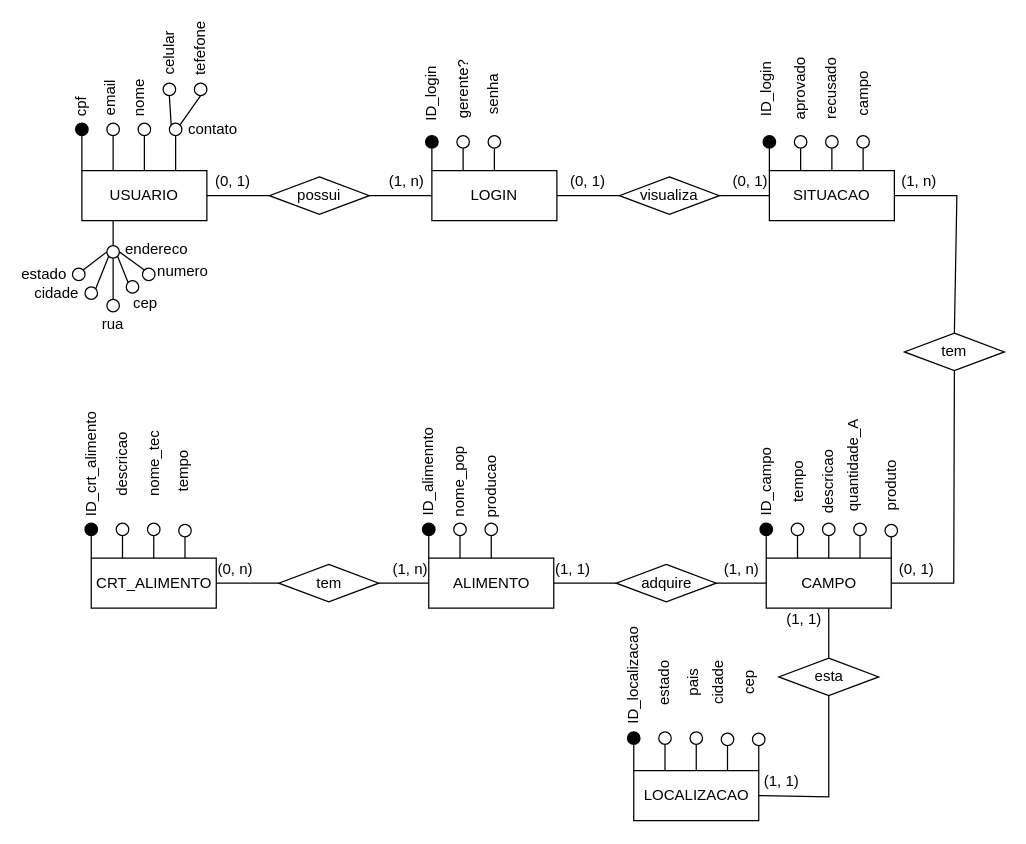
The draw.io diagram conceitual.drawio in Thiago163/api_sistema_trienal, before the edit. Source tidied: cells renumbered, new cells numbered last; positions are measured from the earlier drawing's top-left corner, leaving out a move shared by most shapes. Both pictures are drawn from the tidied source at 125%, with x=0, y=0 at pixel (25, 38).
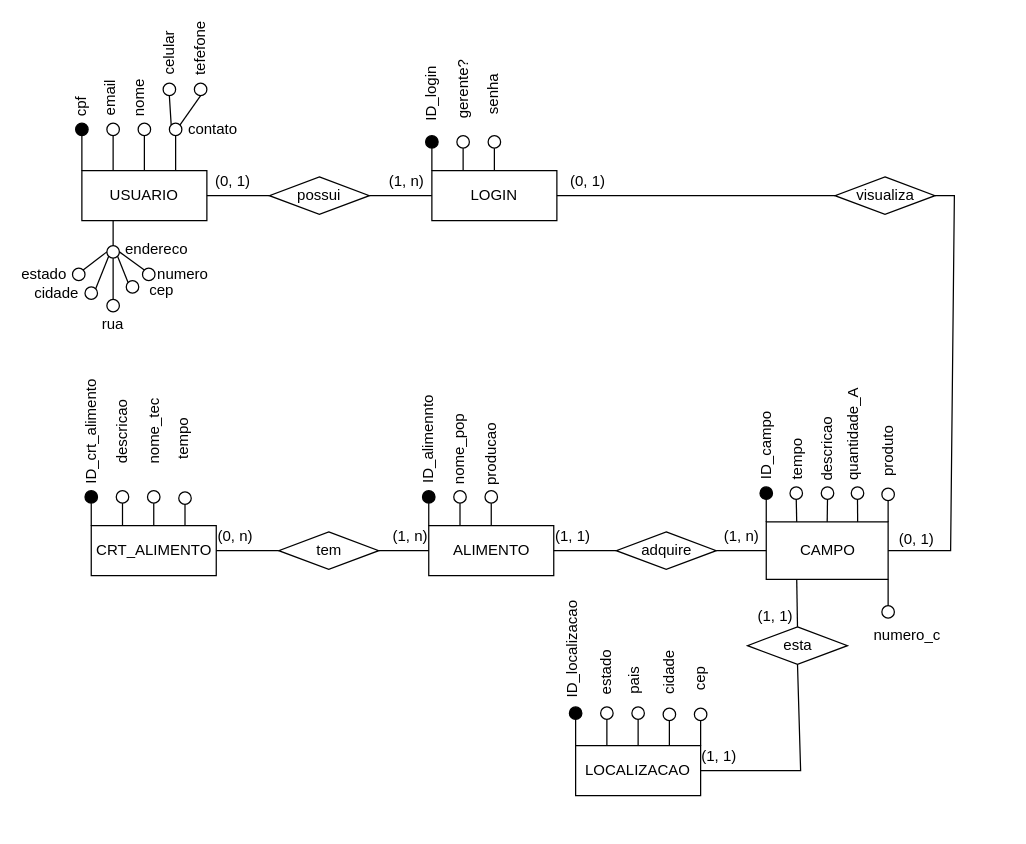
After the change.

Diff of the diagram source:
```diff
@@
     <mxCell id="4" value="CAMPO" style="rounded=0;whiteSpace=wrap;html=1;" parent="1" vertex="1">
-      <mxGeometry x="592.5" y="416" width="100" height="40" as="geometry" />
+      <mxGeometry x="592.5" y="387" width="97.5" height="46" as="geometry" />
     </mxCell>
-    <mxCell id="5" value="SITUACAO" style="rounded=0;whiteSpace=wrap;html=1;" parent="1" vertex="1">
-      <mxGeometry x="595" y="106" width="100" height="40" as="geometry" />
-    </mxCell>
     <mxCell id="6" value="ALIMENTO" style="rounded=0;whiteSpace=wrap;html=1;" parent="1" vertex="1">
-      <mxGeometry x="322.5" y="416" width="100" height="40" as="geometry" />
+      <mxGeometry x="322.5" y="390" width="100" height="40" as="geometry" />
     </mxCell>
     <mxCell id="7" value="CRT_ALIMENTO" style="rounded=0;whiteSpace=wrap;html=1;" parent="1" vertex="1">
-      <mxGeometry x="52.5" y="416" width="100" height="40" as="geometry" />
+      <mxGeometry x="52.5" y="390" width="100" height="40" as="geometry" />
     </mxCell>
     <mxCell id="8" value="LOCALIZACAO" style="rounded=0;whiteSpace=wrap;html=1;" parent="1" vertex="1">
-      <mxGeometry x="486.5" y="586" width="100" height="40" as="geometry" />
+      <mxGeometry x="440" y="566" width="100" height="40" as="geometry" />
     </mxCell>
@@
     <mxCell id="10" value="visualiza" style="rhombus;whiteSpace=wrap;html=1;" parent="1" vertex="1">
-      <mxGeometry x="475" y="111" width="80" height="30" as="geometry" />
+      <mxGeometry x="647.5" y="111" width="80" height="30" as="geometry" />
     </mxCell>
-    <mxCell id="11" value="tem" style="rhombus;whiteSpace=wrap;html=1;" parent="1" vertex="1">
-      <mxGeometry x="703" y="236" width="80" height="30" as="geometry" />
-    </mxCell>
     <mxCell id="12" value="esta" style="rhombus;whiteSpace=wrap;html=1;" parent="1" vertex="1">
-      <mxGeometry x="602.5" y="496" width="80" height="30" as="geometry" />
+      <mxGeometry x="577.5" y="471" width="80" height="30" as="geometry" />
     </mxCell>
     <mxCell id="13" value="adquire" style="rhombus;whiteSpace=wrap;html=1;" parent="1" vertex="1">
-      <mxGeometry x="472.5" y="421" width="80" height="30" as="geometry" />
+      <mxGeometry x="472.5" y="395" width="80" height="30" as="geometry" />
     </mxCell>
     <mxCell id="14" value="tem" style="rhombus;whiteSpace=wrap;html=1;" parent="1" vertex="1">
-      <mxGeometry x="202.5" y="421" width="80" height="30" as="geometry" />
+      <mxGeometry x="202.5" y="395" width="80" height="30" as="geometry" />
     </mxCell>
@@
-    <mxCell id="33" style="ellipse;whiteSpace=wrap;html=1;fillColor=#000000;" parent="1" vertex="1">
-      <mxGeometry x="590" y="78" width="10" height="10" as="geometry" />
-    </mxCell>
-    <mxCell id="34" style="endArrow=none;html=1;rounded=0;entryX=0.5;entryY=1;entryDx=0;entryDy=0;exitX=0;exitY=0;exitDx=0;exitDy=0;" parent="1" edge="1" source="5" target="33">
-      <mxGeometry relative="1" as="geometry" />
-    </mxCell>
-    <mxCell id="35" style="ellipse;whiteSpace=wrap;html=1;" parent="1" vertex="1">
-      <mxGeometry x="615" y="78" width="10" height="10" as="geometry" />
-    </mxCell>
-    <mxCell id="36" style="endArrow=none;html=1;rounded=0;entryX=0.5;entryY=1;entryDx=0;entryDy=0;exitX=0.25;exitY=0;exitDx=0;exitDy=0;" parent="1" edge="1" source="5" target="35">
-      <mxGeometry relative="1" as="geometry" />
-    </mxCell>
-    <mxCell id="37" style="ellipse;whiteSpace=wrap;html=1;" parent="1" vertex="1">
-      <mxGeometry x="640" y="78" width="10" height="10" as="geometry" />
-    </mxCell>
-    <mxCell id="38" style="endArrow=none;html=1;rounded=0;entryX=0.5;entryY=1;entryDx=0;entryDy=0;exitX=0.5;exitY=0;exitDx=0;exitDy=0;" parent="1" edge="1" source="5" target="37">
-      <mxGeometry relative="1" as="geometry" />
-    </mxCell>
-    <mxCell id="39" style="ellipse;whiteSpace=wrap;html=1;" parent="1" vertex="1">
-      <mxGeometry x="665" y="78" width="10" height="10" as="geometry" />
-    </mxCell>
-    <mxCell id="40" style="endArrow=none;html=1;rounded=0;entryX=0.5;entryY=1;entryDx=0;entryDy=0;exitX=0.75;exitY=0;exitDx=0;exitDy=0;" parent="1" edge="1" source="5" target="39">
-      <mxGeometry relative="1" as="geometry" />
-    </mxCell>
     <mxCell id="41" style="ellipse;whiteSpace=wrap;html=1;fillColor=#000000;" parent="1" vertex="1">
-      <mxGeometry x="587.5" y="388" width="10" height="10" as="geometry" />
+      <mxGeometry x="587.5" y="359" width="10" height="10" as="geometry" />
     </mxCell>
@@
     <mxCell id="43" style="ellipse;whiteSpace=wrap;html=1;" parent="1" vertex="1">
-      <mxGeometry x="612.5" y="388" width="10" height="10" as="geometry" />
+      <mxGeometry x="611.5" y="359" width="10" height="10" as="geometry" />
     </mxCell>
@@
     <mxCell id="45" style="ellipse;whiteSpace=wrap;html=1;" parent="1" vertex="1">
-      <mxGeometry x="637.5" y="388" width="10" height="10" as="geometry" />
+      <mxGeometry x="636.5" y="359" width="10" height="10" as="geometry" />
     </mxCell>
@@
     <mxCell id="47" style="ellipse;whiteSpace=wrap;html=1;" parent="1" vertex="1">
-      <mxGeometry x="662.5" y="388" width="10" height="10" as="geometry" />
+      <mxGeometry x="660.5" y="359" width="10" height="10" as="geometry" />
     </mxCell>
@@
     <mxCell id="49" style="ellipse;whiteSpace=wrap;html=1;" parent="1" vertex="1">
-      <mxGeometry x="687.5" y="389" width="10" height="10" as="geometry" />
+      <mxGeometry x="685" y="360" width="10" height="10" as="geometry" />
     </mxCell>
@@
     <mxCell id="51" style="ellipse;whiteSpace=wrap;html=1;fillColor=#000000;" parent="1" vertex="1">
-      <mxGeometry x="481.5" y="555" width="10" height="10" as="geometry" />
+      <mxGeometry x="435" y="535" width="10" height="10" as="geometry" />
     </mxCell>
@@
     <mxCell id="53" style="ellipse;whiteSpace=wrap;html=1;" parent="1" vertex="1">
-      <mxGeometry x="506.5" y="555" width="10" height="10" as="geometry" />
+      <mxGeometry x="460" y="535" width="10" height="10" as="geometry" />
     </mxCell>
@@
     <mxCell id="55" style="ellipse;whiteSpace=wrap;html=1;" parent="1" vertex="1">
-      <mxGeometry x="531.5" y="555" width="10" height="10" as="geometry" />
+      <mxGeometry x="485" y="535" width="10" height="10" as="geometry" />
     </mxCell>
@@
     <mxCell id="57" style="ellipse;whiteSpace=wrap;html=1;" parent="1" vertex="1">
-      <mxGeometry x="556.5" y="556" width="10" height="10" as="geometry" />
+      <mxGeometry x="510" y="536" width="10" height="10" as="geometry" />
     </mxCell>
@@
     <mxCell id="59" style="ellipse;whiteSpace=wrap;html=1;" parent="1" vertex="1">
-      <mxGeometry x="581.5" y="556" width="10" height="10" as="geometry" />
+      <mxGeometry x="535" y="536" width="10" height="10" as="geometry" />
     </mxCell>
@@
     <mxCell id="61" style="ellipse;whiteSpace=wrap;html=1;fillColor=#030303;" parent="1" vertex="1">
-      <mxGeometry x="317.5" y="388" width="10" height="10" as="geometry" />
+      <mxGeometry x="317.5" y="362" width="10" height="10" as="geometry" />
     </mxCell>
@@
     <mxCell id="63" style="ellipse;whiteSpace=wrap;html=1;" parent="1" vertex="1">
-      <mxGeometry x="342.5" y="388" width="10" height="10" as="geometry" />
+      <mxGeometry x="342.5" y="362" width="10" height="10" as="geometry" />
     </mxCell>
@@
     <mxCell id="65" style="ellipse;whiteSpace=wrap;html=1;" parent="1" vertex="1">
-      <mxGeometry x="367.5" y="388" width="10" height="10" as="geometry" />
+      <mxGeometry x="367.5" y="362" width="10" height="10" as="geometry" />
     </mxCell>
@@
     <mxCell id="67" style="ellipse;whiteSpace=wrap;html=1;fillColor=#000000;" parent="1" vertex="1">
-      <mxGeometry x="47.5" y="388" width="10" height="10" as="geometry" />
+      <mxGeometry x="47.5" y="362" width="10" height="10" as="geometry" />
     </mxCell>
@@
     <mxCell id="69" style="ellipse;whiteSpace=wrap;html=1;" parent="1" vertex="1">
-      <mxGeometry x="72.5" y="388" width="10" height="10" as="geometry" />
+      <mxGeometry x="72.5" y="362" width="10" height="10" as="geometry" />
     </mxCell>
@@
     <mxCell id="71" style="ellipse;whiteSpace=wrap;html=1;" parent="1" vertex="1">
-      <mxGeometry x="97.5" y="388" width="10" height="10" as="geometry" />
+      <mxGeometry x="97.5" y="362" width="10" height="10" as="geometry" />
     </mxCell>
@@
     <mxCell id="73" style="ellipse;whiteSpace=wrap;html=1;" parent="1" vertex="1">
-      <mxGeometry x="122.5" y="389" width="10" height="10" as="geometry" />
+      <mxGeometry x="122.5" y="363" width="10" height="10" as="geometry" />
     </mxCell>
@@
-    <mxCell id="78" style="endArrow=none;html=1;rounded=0;exitX=1;exitY=0.5;exitDx=0;exitDy=0;entryX=0;entryY=0.5;entryDx=0;entryDy=0;" parent="1" edge="1" source="10" target="5">
-      <mxGeometry relative="1" as="geometry" />
-    </mxCell>
-    <mxCell id="79" style="endArrow=none;html=1;rounded=0;exitX=0.5;exitY=0;exitDx=0;exitDy=0;entryX=1;entryY=0.5;entryDx=0;entryDy=0;" parent="1" edge="1" source="11" target="5">
-      <mxGeometry relative="1" as="geometry">
-        <Array as="points">
-          <mxPoint x="745" y="126" />
-        </Array>
-      </mxGeometry>
-    </mxCell>
-    <mxCell id="80" style="endArrow=none;html=1;rounded=0;exitX=1;exitY=0.5;exitDx=0;exitDy=0;entryX=0.5;entryY=1;entryDx=0;entryDy=0;" parent="1" edge="1" source="4" target="11">
+    <mxCell id="80" style="endArrow=none;html=1;rounded=0;exitX=1;exitY=0.5;exitDx=0;exitDy=0;entryX=1;entryY=0.5;entryDx=0;entryDy=0;" parent="1" edge="1" source="4" target="10">
       <mxGeometry relative="1" as="geometry">
         <Array as="points">
-          <mxPoint x="742.5" y="436" />
+          <mxPoint x="740" y="410" />
+          <mxPoint x="743" y="126" />
         </Array>
       </mxGeometry>
     </mxCell>
-    <mxCell id="81" style="endArrow=none;html=1;rounded=0;entryX=0.5;entryY=1;entryDx=0;entryDy=0;exitX=0.5;exitY=0;exitDx=0;exitDy=0;" parent="1" edge="1" source="12" target="4">
+    <mxCell id="81" style="endArrow=none;html=1;rounded=0;entryX=0.25;entryY=1;entryDx=0;entryDy=0;exitX=0.5;exitY=0;exitDx=0;exitDy=0;" parent="1" edge="1" source="12" target="4">
       <mxGeometry relative="1" as="geometry" />
     </mxCell>
     <mxCell id="82" style="endArrow=none;html=1;rounded=0;entryX=0.5;entryY=1;entryDx=0;entryDy=0;exitX=1;exitY=0.5;exitDx=0;exitDy=0;" parent="1" edge="1" source="8" target="12">
       <mxGeometry relative="1" as="geometry">
         <Array as="points">
-          <mxPoint x="642.5" y="607" />
+          <mxPoint x="620" y="586" />
         </Array>
       </mxGeometry>
     </mxCell>
@@
-    <mxCell id="96" value="ID_login" style="text;html=1;align=center;verticalAlign=middle;whiteSpace=wrap;rounded=0;rotation=-90;" parent="1" vertex="1">
-      <mxGeometry x="570" y="32" width="45" height="18" as="geometry" />
-    </mxCell>
-    <mxCell id="97" value="aprovado" style="text;html=1;align=center;verticalAlign=middle;whiteSpace=wrap;rounded=0;rotation=-90;" parent="1" vertex="1">
-      <mxGeometry x="597.5" y="32" width="45" height="18" as="geometry" />
-    </mxCell>
-    <mxCell id="98" value="recusado" style="text;html=1;align=center;verticalAlign=middle;whiteSpace=wrap;rounded=0;rotation=-90;" parent="1" vertex="1">
-      <mxGeometry x="622.5" y="32" width="45" height="18" as="geometry" />
-    </mxCell>
-    <mxCell id="99" value="campo" style="text;html=1;align=center;verticalAlign=middle;whiteSpace=wrap;rounded=0;rotation=-90;" parent="1" vertex="1">
-      <mxGeometry x="647.5" y="36" width="45" height="18" as="geometry" />
-    </mxCell>
     <mxCell id="100" value="ID_campo" style="text;html=1;align=center;verticalAlign=middle;whiteSpace=wrap;rounded=0;rotation=-90;" parent="1" vertex="1">
-      <mxGeometry x="570" y="346" width="45" height="18" as="geometry" />
+      <mxGeometry x="570" y="317" width="45" height="18" as="geometry" />
     </mxCell>
     <mxCell id="101" value="ID_alimennto" style="text;html=1;align=center;verticalAlign=middle;whiteSpace=wrap;rounded=0;rotation=-90;" parent="1" vertex="1">
-      <mxGeometry x="300" y="338" width="45" height="18" as="geometry" />
+      <mxGeometry x="300" y="312" width="45" height="18" as="geometry" />
     </mxCell>
     <mxCell id="102" value="ID_crt_alimento" style="text;html=1;align=center;verticalAlign=middle;whiteSpace=wrap;rounded=0;rotation=-90;" parent="1" vertex="1">
-      <mxGeometry x="30" y="332" width="45" height="18" as="geometry" />
+      <mxGeometry x="30" y="306" width="45" height="18" as="geometry" />
     </mxCell>
     <mxCell id="103" value="ID_localizacao" style="text;html=1;align=center;verticalAlign=middle;whiteSpace=wrap;rounded=0;rotation=-90;" parent="1" vertex="1">
-      <mxGeometry x="464" y="501" width="45" height="18" as="geometry" />
+      <mxGeometry x="415" y="480" width="45" height="18" as="geometry" />
     </mxCell>
     <mxCell id="104" value="descricao" style="text;html=1;align=center;verticalAlign=middle;whiteSpace=wrap;rounded=0;rotation=-90;" parent="1" vertex="1">
-      <mxGeometry x="55" y="332" width="45" height="18" as="geometry" />
+      <mxGeometry x="55" y="306" width="45" height="18" as="geometry" />
     </mxCell>
     <mxCell id="105" value="nome_tec" style="text;html=1;align=center;verticalAlign=middle;whiteSpace=wrap;rounded=0;rotation=-90;" parent="1" vertex="1">
-      <mxGeometry x="80.5" y="332" width="45" height="18" as="geometry" />
+      <mxGeometry x="80.5" y="306" width="45" height="18" as="geometry" />
     </mxCell>
     <mxCell id="106" value="tempo" style="text;html=1;align=center;verticalAlign=middle;whiteSpace=wrap;rounded=0;rotation=-90;" parent="1" vertex="1">
-      <mxGeometry x="103.5" y="338" width="45" height="18" as="geometry" />
+      <mxGeometry x="103.5" y="312" width="45" height="18" as="geometry" />
     </mxCell>
     <mxCell id="107" value="nome_pop" style="text;html=1;align=center;verticalAlign=middle;whiteSpace=wrap;rounded=0;rotation=-90;" parent="1" vertex="1">
-      <mxGeometry x="325" y="346" width="45" height="18" as="geometry" />
+      <mxGeometry x="325" y="320" width="45" height="18" as="geometry" />
     </mxCell>
     <mxCell id="108" value="producao" style="text;html=1;align=center;verticalAlign=middle;whiteSpace=wrap;rounded=0;rotation=-90;" parent="1" vertex="1">
-      <mxGeometry x="350" y="350" width="45" height="18" as="geometry" />
+      <mxGeometry x="350" y="324" width="45" height="18" as="geometry" />
     </mxCell>
     <mxCell id="109" value="tempo" style="text;html=1;align=center;verticalAlign=middle;whiteSpace=wrap;rounded=0;rotation=-90;" parent="1" vertex="1">
-      <mxGeometry x="596" y="345" width="45" height="20" as="geometry" />
+      <mxGeometry x="595" y="327" width="45" height="20" as="geometry" />
     </mxCell>
     <mxCell id="110" value="estado" style="text;html=1;align=center;verticalAlign=middle;whiteSpace=wrap;rounded=0;rotation=-90;" parent="1" vertex="1">
-      <mxGeometry x="489" y="507" width="45" height="18" as="geometry" />
+      <mxGeometry x="442.5" y="499" width="45" height="18" as="geometry" />
     </mxCell>
     <mxCell id="111" value="pais" style="text;html=1;align=center;verticalAlign=middle;whiteSpace=wrap;rounded=0;rotation=-90;" parent="1" vertex="1">
-      <mxGeometry x="511.5" y="507" width="45" height="18" as="geometry" />
+      <mxGeometry x="465" y="505" width="45" height="18" as="geometry" />
     </mxCell>
     <mxCell id="112" value="cidade" style="text;html=1;align=center;verticalAlign=middle;whiteSpace=wrap;rounded=0;rotation=-90;" parent="1" vertex="1">
-      <mxGeometry x="531.5" y="507" width="45" height="18" as="geometry" />
+      <mxGeometry x="492.5" y="499" width="45" height="18" as="geometry" />
     </mxCell>
     <mxCell id="113" value="cep" style="text;html=1;align=center;verticalAlign=middle;whiteSpace=wrap;rounded=0;rotation=-90;" parent="1" vertex="1">
-      <mxGeometry x="556.5" y="507" width="45" height="18" as="geometry" />
+      <mxGeometry x="517.5" y="504" width="45" height="18" as="geometry" />
     </mxCell>
     <mxCell id="114" value="descricao" style="text;html=1;align=center;verticalAlign=middle;whiteSpace=wrap;rounded=0;rotation=-90;" parent="1" vertex="1">
-      <mxGeometry x="620" y="345" width="45" height="20" as="geometry" />
+      <mxGeometry x="618.8" y="319" width="45" height="20" as="geometry" />
     </mxCell>
     <mxCell id="115" value="quantidade_A" style="text;html=1;align=center;verticalAlign=middle;whiteSpace=wrap;rounded=0;rotation=-90;" parent="1" vertex="1">
-      <mxGeometry x="640" y="332" width="45" height="20" as="geometry" />
+      <mxGeometry x="640" y="307" width="45" height="20" as="geometry" />
     </mxCell>
     <mxCell id="116" value="produto" style="text;html=1;align=center;verticalAlign=middle;whiteSpace=wrap;rounded=0;rotation=-90;" parent="1" vertex="1">
-      <mxGeometry x="670" y="348" width="45" height="20" as="geometry" />
+      <mxGeometry x="667.5" y="321" width="45" height="20" as="geometry" />
     </mxCell>
@@
-    <mxCell id="120" value="(0, 1)" style="text;html=1;align=center;verticalAlign=middle;whiteSpace=wrap;rounded=0;rotation=0;" parent="1" vertex="1">
-      <mxGeometry x="565" y="106" width="30" height="18" as="geometry" />
-    </mxCell>
-    <mxCell id="121" value="(1, n)" style="text;html=1;align=center;verticalAlign=middle;whiteSpace=wrap;rounded=0;rotation=0;" parent="1" vertex="1">
-      <mxGeometry x="700" y="106" width="30" height="18" as="geometry" />
-    </mxCell>
     <mxCell id="122" value="(0, 1)" style="text;html=1;align=center;verticalAlign=middle;whiteSpace=wrap;rounded=0;rotation=0;" parent="1" vertex="1">
-      <mxGeometry x="697.5" y="416" width="30" height="18" as="geometry" />
+      <mxGeometry x="697.5" y="392" width="30" height="18" as="geometry" />
     </mxCell>
     <mxCell id="123" value="(1, 1)" style="text;html=1;align=center;verticalAlign=middle;whiteSpace=wrap;rounded=0;rotation=0;" parent="1" vertex="1">
-      <mxGeometry x="590" y="586" width="30" height="18" as="geometry" />
+      <mxGeometry x="540" y="566" width="30" height="18" as="geometry" />
     </mxCell>
     <mxCell id="124" value="(1, 1)" style="text;html=1;align=center;verticalAlign=middle;whiteSpace=wrap;rounded=0;rotation=0;" parent="1" vertex="1">
-      <mxGeometry x="607.5" y="456" width="30" height="18" as="geometry" />
+      <mxGeometry x="585" y="454" width="30" height="18" as="geometry" />
     </mxCell>
     <mxCell id="125" value="(1, n)" style="text;html=1;align=center;verticalAlign=middle;whiteSpace=wrap;rounded=0;rotation=0;" parent="1" vertex="1">
-      <mxGeometry x="557.5" y="416" width="30" height="18" as="geometry" />
+      <mxGeometry x="557.5" y="390" width="30" height="18" as="geometry" />
     </mxCell>
     <mxCell id="126" value="(1, 1)" style="text;html=1;align=center;verticalAlign=middle;whiteSpace=wrap;rounded=0;rotation=0;" parent="1" vertex="1">
-      <mxGeometry x="422.5" y="416" width="30" height="18" as="geometry" />
+      <mxGeometry x="422.5" y="390" width="30" height="18" as="geometry" />
     </mxCell>
     <mxCell id="127" value="(1, n)" style="text;html=1;align=center;verticalAlign=middle;whiteSpace=wrap;rounded=0;rotation=0;" parent="1" vertex="1">
-      <mxGeometry x="292.5" y="416" width="30" height="18" as="geometry" />
+      <mxGeometry x="292.5" y="390" width="30" height="18" as="geometry" />
     </mxCell>
     <mxCell id="128" value="(0, n)" style="text;html=1;align=center;verticalAlign=middle;whiteSpace=wrap;rounded=0;rotation=0;" parent="1" vertex="1">
-      <mxGeometry x="152.5" y="416" width="30" height="18" as="geometry" />
+      <mxGeometry x="152.5" y="390" width="30" height="18" as="geometry" />
     </mxCell>
@@
     <mxCell id="145" value="&lt;font style=&quot;font-size: 12px;&quot;&gt;cep&lt;/font&gt;" style="text;html=1;align=center;verticalAlign=middle;whiteSpace=wrap;rounded=0;rotation=0;" parent="1" vertex="1">
-      <mxGeometry x="80.5" y="204" width="30" height="15" as="geometry" />
+      <mxGeometry x="93.5" y="194" width="30" height="15" as="geometry" />
     </mxCell>
     <mxCell id="146" value="&lt;font style=&quot;font-size: 12px;&quot;&gt;numero&lt;/font&gt;" style="text;html=1;align=center;verticalAlign=middle;whiteSpace=wrap;rounded=0;rotation=0;" parent="1" vertex="1">
-      <mxGeometry x="111" y="179" width="30" height="15" as="geometry" />
+      <mxGeometry x="111" y="181.5" width="30" height="15" as="geometry" />
     </mxCell>
+    <mxCell id="147" style="endArrow=none;html=1;rounded=0;entryX=1;entryY=1;entryDx=0;entryDy=0;exitX=0.5;exitY=0;exitDx=0;exitDy=0;" parent="1" edge="1" source="148" target="4">
+      <mxGeometry relative="1" as="geometry" />
+    </mxCell>
+    <mxCell id="148" style="ellipse;whiteSpace=wrap;html=1;" parent="1" vertex="1">
+      <mxGeometry x="685" y="454" width="10" height="10" as="geometry" />
+    </mxCell>
+    <mxCell id="149" value="numero_c" style="text;html=1;align=center;verticalAlign=middle;whiteSpace=wrap;rounded=0;rotation=0;" parent="1" vertex="1">
+      <mxGeometry x="682.5" y="468" width="45" height="20" as="geometry" />
+    </mxCell>
+    <mxCell id="150" style="edgeStyle=orthogonalEdgeStyle;rounded=0;orthogonalLoop=1;jettySize=auto;html=1;exitX=0.5;exitY=1;exitDx=0;exitDy=0;" parent="1" edge="1" source="149" target="149">
+      <mxGeometry relative="1" as="geometry" />
+    </mxCell>
+    <mxCell id="151" style="edgeStyle=orthogonalEdgeStyle;rounded=0;orthogonalLoop=1;jettySize=auto;html=1;exitX=0.5;exitY=1;exitDx=0;exitDy=0;" parent="1" edge="1" source="124" target="124">
+      <mxGeometry relative="1" as="geometry" />
+    </mxCell>
```
